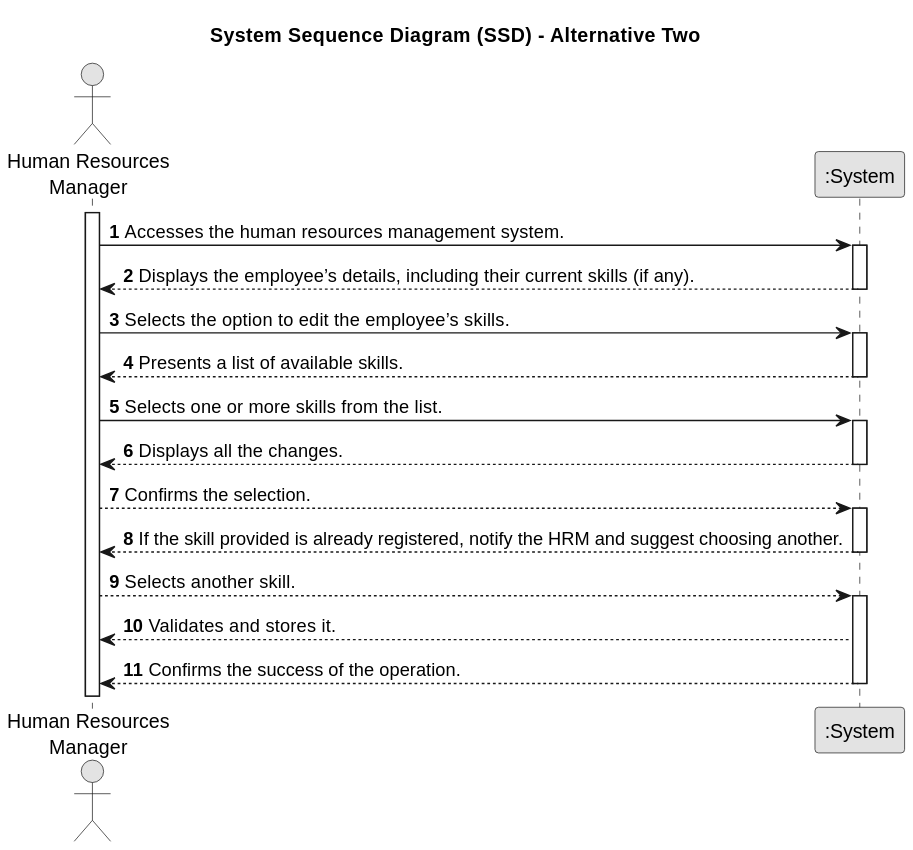
SAEmanuel/Green_Spaces_Management_ISEP keeps this PlantUML diagram as docs/sprintA/us004/01.requirements-engineering/svg/us004-system-sequence-diagram-alternative-two.svg. Above is the earlier version.
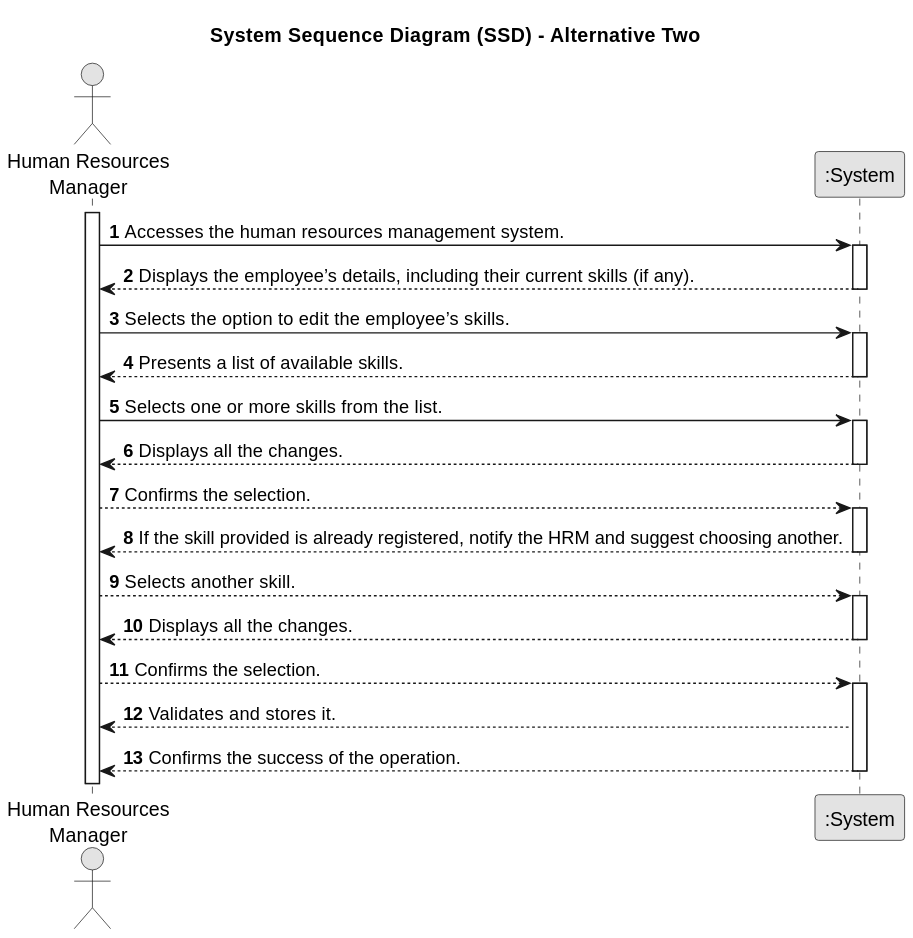
The same diagram one commit later.

Commit message:
US 07: SSD - Alternative Two

Change to the diagram source:
```diff
@@ -39,6 +39,12 @@
     HRM --> System : Selects another skill.
         activate System
 
+    System --> HRM : Displays all the changes.
+        deactivate System
+
+        HRM --> System : Confirms the selection.
+        activate System
+
     System --> HRM : Validates and stores it.
 
     System --> HRM : Confirms the success of the operation.
```
